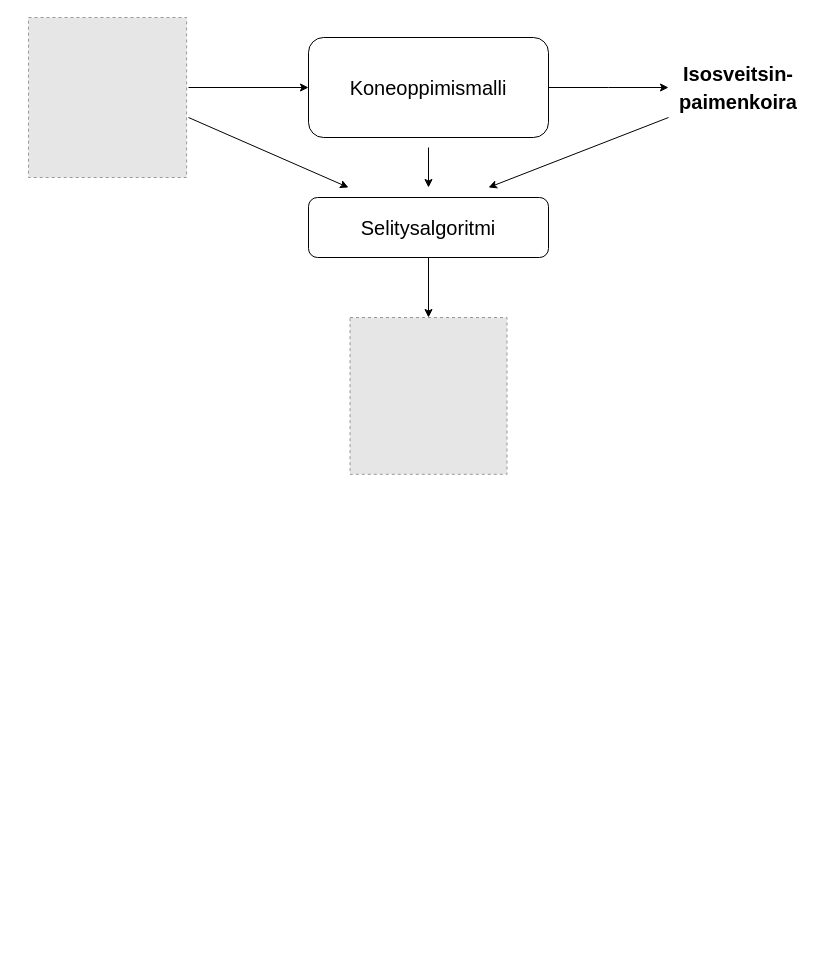
The draw.io diagram explanation.drawio in mmanteli/gradu, before the edit. Source tidied: cells renumbered, new cells numbered last; positions are measured from the earlier drawing's top-left corner, leaving out a move shared by most shapes. Both pictures are drawn from the tidied source at 100%, with x=0, y=0 at pixel (28, 17). Pictures stored in the file or linked from it are replaced by grey dashed boxes.
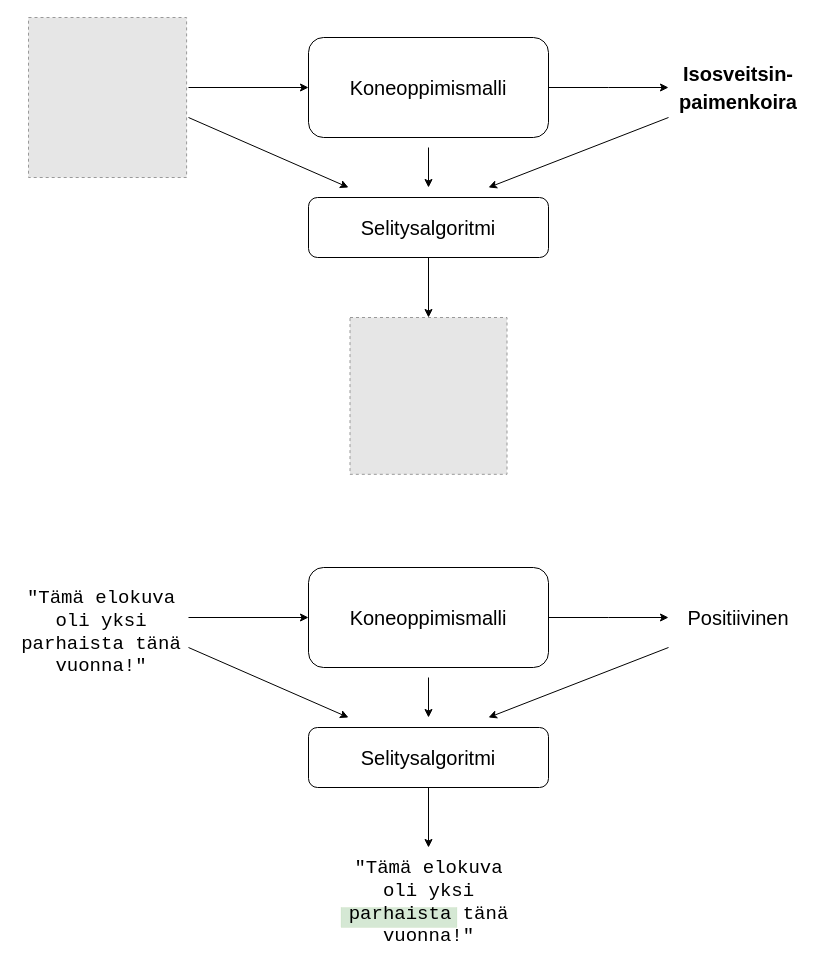
The same page after the edit.

The edit, as a diff of the source:
```diff
@@
+    <mxCell id="13" style="rounded=0;whiteSpace=wrap;html=1;fillColor=#d5e8d4;strokeColor=#82b366;strokeWidth=0;" parent="1" vertex="1">
+      <mxGeometry x="312.5" y="890" width="116" height="20" as="geometry" />
+    </mxCell>
@@
+    <mxCell id="14" style="edgeStyle=orthogonalEdgeStyle;rounded=0;jettySize=auto;html=1;" parent="1" edge="1" source="15">
+      <mxGeometry relative="1" as="geometry">
+        <mxPoint x="640" y="600" as="targetPoint" />
+      </mxGeometry>
+    </mxCell>
+    <mxCell id="15" value="&lt;font style=&quot;font-size: 20px;&quot;&gt;Koneoppimismalli&lt;/font&gt;" style="rounded=1;whiteSpace=wrap;html=1;" parent="1" vertex="1">
+      <mxGeometry x="280" y="550" width="240" height="100" as="geometry" />
+    </mxCell>
+    <mxCell id="16" style="endArrow=classic;html=1;rounded=0;entryX=0;entryY=0.5;entryDx=0;entryDy=0;" parent="1" edge="1" target="15">
+      <mxGeometry relative="1" as="geometry">
+        <mxPoint x="160" y="600" as="sourcePoint" />
+      </mxGeometry>
+    </mxCell>
+    <mxCell id="17" value="&lt;font style=&quot;font-size: 20px;&quot;&gt;Positiivinen&lt;/font&gt;" style="text;html=1;strokeColor=none;fillColor=none;align=center;verticalAlign=middle;whiteSpace=wrap;rounded=0;" parent="1" vertex="1">
+      <mxGeometry x="670" y="585" width="80" height="30" as="geometry" />
+    </mxCell>
+    <mxCell id="18" value="&lt;font style=&quot;font-size: 20px;&quot;&gt;Selitysalgoritmi&lt;/font&gt;" style="rounded=1;whiteSpace=wrap;html=1;" parent="1" vertex="1">
+      <mxGeometry x="280" y="710" width="240" height="60" as="geometry" />
+    </mxCell>
+    <mxCell id="19" style="endArrow=classic;html=1;rounded=0;" parent="1" edge="1">
+      <mxGeometry relative="1" as="geometry">
+        <mxPoint x="400" y="660" as="sourcePoint" />
+        <mxPoint x="400" y="700" as="targetPoint" />
+      </mxGeometry>
+    </mxCell>
+    <mxCell id="20" style="endArrow=classic;html=1;rounded=0;" parent="1" edge="1">
+      <mxGeometry relative="1" as="geometry">
+        <mxPoint x="160" y="630" as="sourcePoint" />
+        <mxPoint x="320" y="700" as="targetPoint" />
+      </mxGeometry>
+    </mxCell>
+    <mxCell id="21" style="endArrow=classic;html=1;rounded=0;" parent="1" edge="1">
+      <mxGeometry relative="1" as="geometry">
+        <mxPoint x="640" y="630" as="sourcePoint" />
+        <mxPoint x="460" y="700" as="targetPoint" />
+      </mxGeometry>
+    </mxCell>
+    <mxCell id="22" style="endArrow=classic;html=1;rounded=0;exitX=0.5;exitY=1;exitDx=0;exitDy=0;" parent="1" edge="1" source="18">
+      <mxGeometry relative="1" as="geometry">
+        <mxPoint x="400" y="830" as="targetPoint" />
+      </mxGeometry>
+    </mxCell>
+    <mxCell id="23" value="&lt;font style=&quot;font-size: 19px;&quot; face=&quot;Courier New&quot;&gt;&quot;Tämä elokuva oli yksi parhaista tänä vuonna!&quot;&lt;/font&gt;" style="text;html=1;strokeColor=none;fillColor=none;align=center;verticalAlign=middle;whiteSpace=wrap;rounded=0;" parent="1" vertex="1">
+      <mxGeometry x="-11.9" y="600" width="170" height="30" as="geometry" />
+    </mxCell>
+    <mxCell id="24" value="&lt;font style=&quot;font-size: 19px;&quot; face=&quot;Courier New&quot;&gt;&quot;Tämä elokuva oli yksi parhaista tänä vuonna!&quot;&lt;/font&gt;" style="text;html=1;strokeColor=none;fillColor=none;align=center;verticalAlign=middle;whiteSpace=wrap;rounded=0;" parent="1" vertex="1">
+      <mxGeometry x="312.5" y="830" width="175" height="110" as="geometry" />
+    </mxCell>
```
